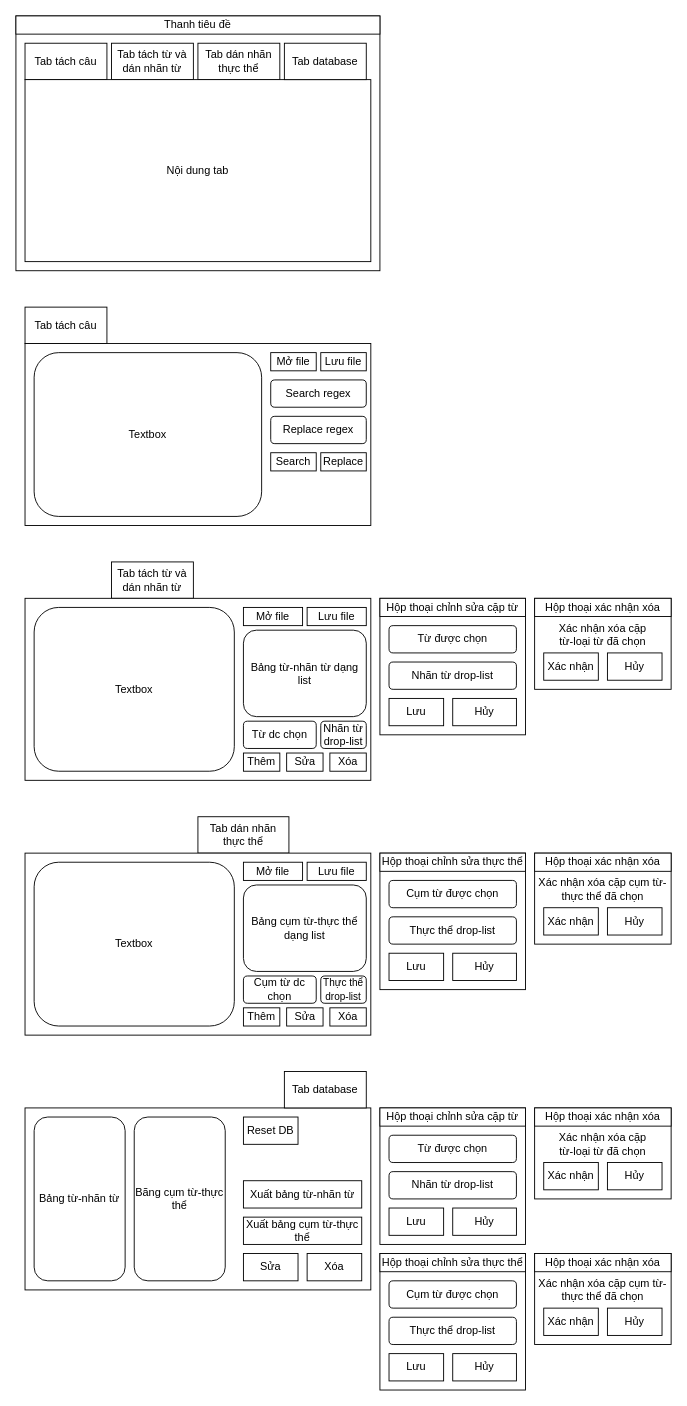
trongtinvd/Phan_mem_gan_nhan_ngu_lieu_thu_cong keeps this draw.io diagram as document/Prototype.drawio. Above is the earlier version. Source tidied: cells renumbered, new cells numbered last; positions are measured from the earlier drawing's top-left corner, leaving out a move shared by most shapes. Both pictures are drawn from the tidied source at 91%, with x=0, y=0 at pixel (15, 15).
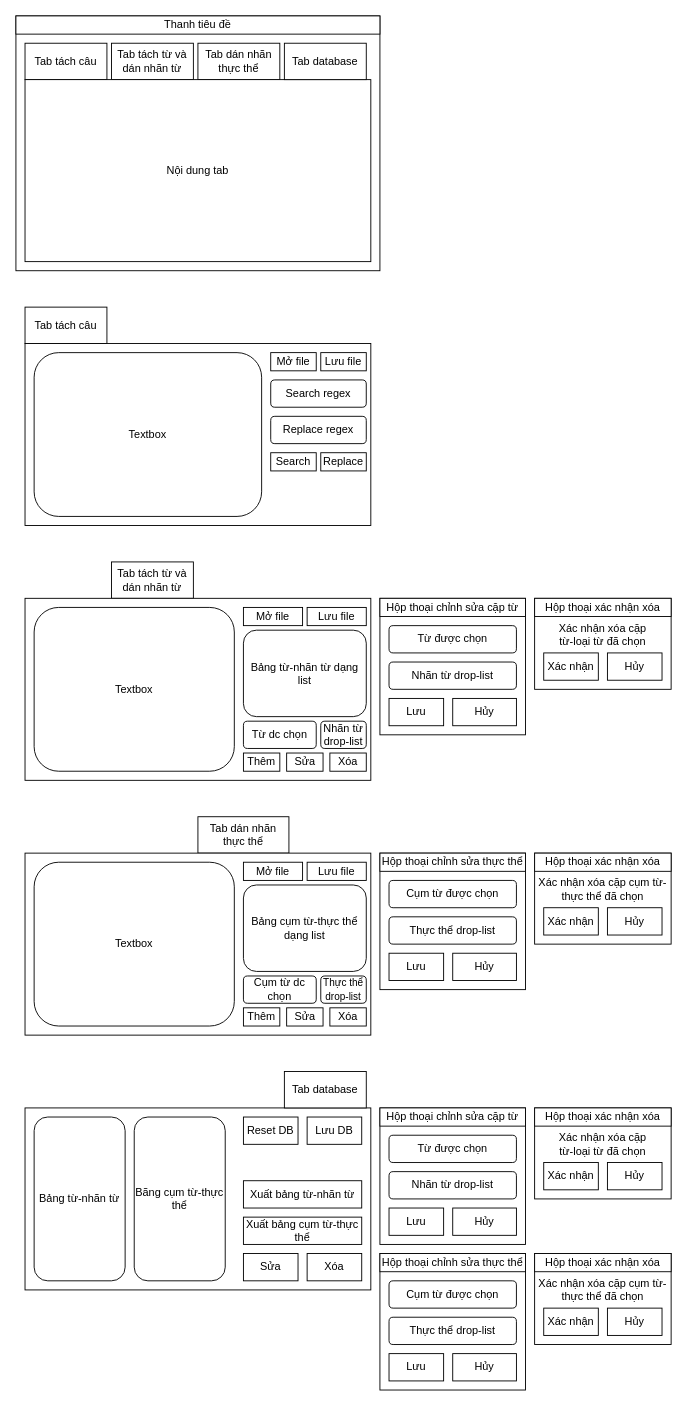
Above is the later version.

Diff of the diagram source:
```diff
@@
+    <mxCell id="93" value="Lưu DB" style="rounded=0;whiteSpace=wrap;html=1;" parent="1" vertex="1">
+      <mxGeometry x="320" y="1210" width="60" height="30" as="geometry" />
+    </mxCell>
```
